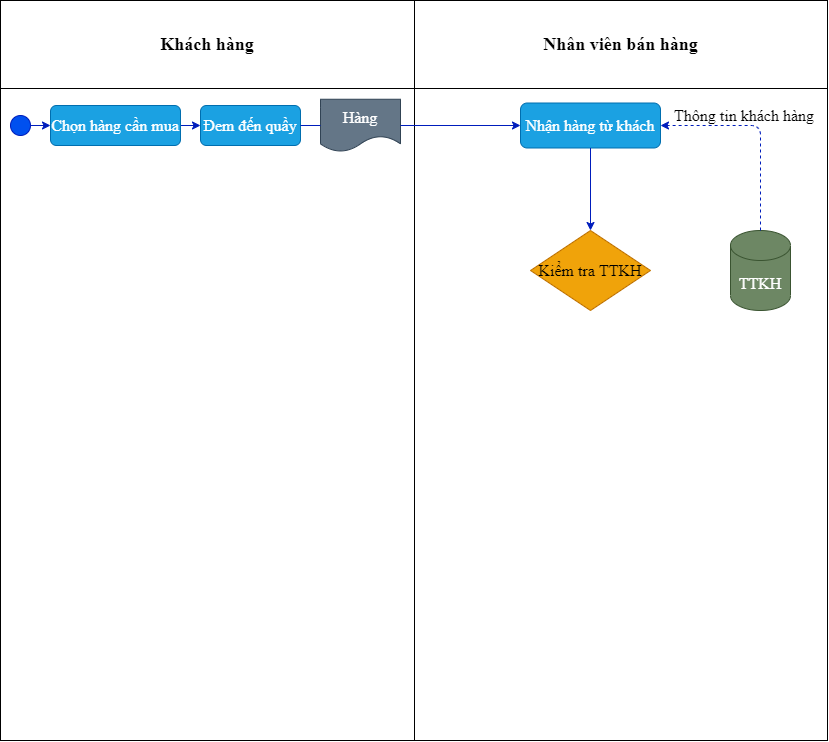
The draw.io diagram banHang.drawio.png in sunny-THS/QlyBanDT, before a commit. Source tidied: cells renumbered, new cells last; positions are measured from the earlier drawing's top-left corner, leaving out a move shared by most shapes.
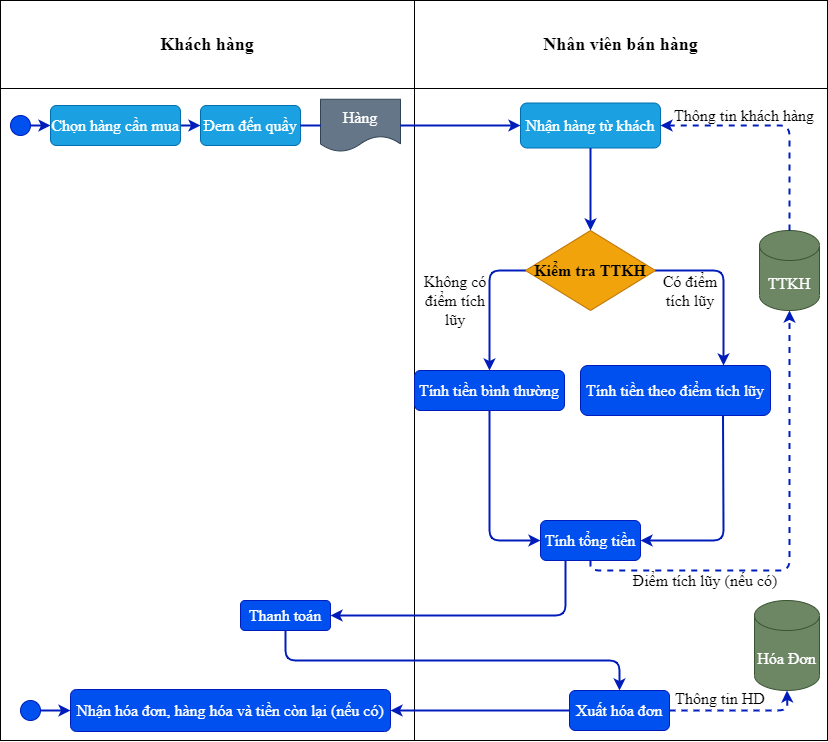
The same file after the commit.

Commit message:
mô hình BPM Bán hàng

Change to the diagram source:
```diff
@@ -26,10 +26,10 @@
     <mxCell id="9" style="ellipse;whiteSpace=wrap;html=1;fontFamily=Times New Roman;fontSize=18;fillColor=#0050ef;strokeColor=#001DBC;fontColor=#ffffff;" parent="1" vertex="1">
       <mxGeometry x="10" y="115" width="20" height="20" as="geometry" />
     </mxCell>
-    <mxCell id="10" style="endArrow=classic;html=1;fontFamily=Times New Roman;fontSize=18;exitX=1;exitY=0.5;exitDx=0;exitDy=0;fillColor=#0050ef;strokeColor=#001DBC;entryX=0;entryY=0.5;entryDx=0;entryDy=0;" parent="1" edge="1" source="9" target="13">
+    <mxCell id="10" style="endArrow=classic;html=1;fontFamily=Times New Roman;fontSize=18;exitX=1;exitY=0.5;exitDx=0;exitDy=0;fillColor=#0050ef;strokeColor=#001DBC;entryX=0;entryY=0.5;entryDx=0;entryDy=0;strokeWidth=2;" parent="1" edge="1" source="9" target="13">
       <mxGeometry relative="1" as="geometry" />
     </mxCell>
-    <mxCell id="11" style="endArrow=classic;html=1;fontFamily=Times New Roman;fontSize=16;exitX=1;exitY=0.5;exitDx=0;exitDy=0;fillColor=#0050ef;strokeColor=#001DBC;entryX=0;entryY=0.5;entryDx=0;entryDy=0;" parent="1" edge="1" target="14">
+    <mxCell id="11" style="endArrow=classic;html=1;fontFamily=Times New Roman;fontSize=16;exitX=1;exitY=0.5;exitDx=0;exitDy=0;fillColor=#0050ef;strokeColor=#001DBC;entryX=0;entryY=0.5;entryDx=0;entryDy=0;strokeWidth=2;" parent="1" edge="1" target="14">
       <mxGeometry relative="1" as="geometry">
         <mxPoint x="180" y="125" as="sourcePoint" />
       </mxGeometry>
@@ -43,33 +43,135 @@
     <mxCell id="14" value="Đem đến quầy" style="rounded=1;whiteSpace=wrap;html=1;fontFamily=Times New Roman;fontSize=16;fillColor=#1ba1e2;strokeColor=#006EAF;fontColor=#ffffff;" parent="1" vertex="1">
       <mxGeometry x="200" y="105" width="100" height="40" as="geometry" />
     </mxCell>
-    <mxCell id="15" style="endArrow=none;html=1;fontFamily=Times New Roman;fontSize=16;entryX=1;entryY=0.5;entryDx=0;entryDy=0;exitX=0;exitY=0.5;exitDx=0;exitDy=0;fillColor=#0050ef;strokeColor=#001DBC;" parent="1" edge="1" source="12" target="14">
+    <mxCell id="15" style="endArrow=none;html=1;fontFamily=Times New Roman;fontSize=16;entryX=1;entryY=0.5;entryDx=0;entryDy=0;exitX=0;exitY=0.5;exitDx=0;exitDy=0;fillColor=#0050ef;strokeColor=#001DBC;strokeWidth=2;" parent="1" edge="1" source="12" target="14">
       <mxGeometry relative="1" as="geometry" />
     </mxCell>
     <mxCell id="16" value="Nhận hàng từ khách" style="rounded=1;whiteSpace=wrap;html=1;fontFamily=Times New Roman;fontSize=16;fillColor=#1ba1e2;strokeColor=#006EAF;fontColor=#ffffff;" parent="1" vertex="1">
       <mxGeometry x="520" y="102.5" width="140" height="45" as="geometry" />
     </mxCell>
-    <mxCell id="17" style="endArrow=classic;html=1;fontFamily=Times New Roman;fontSize=16;fillColor=#0050ef;strokeColor=#001DBC;exitX=1;exitY=0.5;exitDx=0;exitDy=0;entryX=0;entryY=0.5;entryDx=0;entryDy=0;" parent="1" edge="1" source="12" target="16">
+    <mxCell id="17" style="endArrow=classic;html=1;fontFamily=Times New Roman;fontSize=16;fillColor=#0050ef;strokeColor=#001DBC;exitX=1;exitY=0.5;exitDx=0;exitDy=0;entryX=0;entryY=0.5;entryDx=0;entryDy=0;strokeWidth=2;" parent="1" edge="1" source="12" target="16">
       <mxGeometry relative="1" as="geometry" />
     </mxCell>
     <mxCell id="18" value="TTKH" style="shape=cylinder3;whiteSpace=wrap;html=1;boundedLbl=1;backgroundOutline=1;size=15;fontFamily=Times New Roman;fontSize=16;fillColor=#6d8764;strokeColor=#3A5431;fontColor=#ffffff;" parent="1" vertex="1">
-      <mxGeometry x="730" y="230" width="60" height="80" as="geometry" />
+      <mxGeometry x="759" y="230" width="60" height="80" as="geometry" />
     </mxCell>
-    <mxCell id="19" style="endArrow=classic;html=1;fontFamily=Times New Roman;fontSize=16;dashed=1;fillColor=#0050ef;strokeColor=#001DBC;exitX=0.5;exitY=0;exitDx=0;exitDy=0;exitPerimeter=0;entryX=1;entryY=0.5;entryDx=0;entryDy=0;" parent="1" edge="1" source="18" target="16">
+    <mxCell id="19" style="endArrow=classic;html=1;fontFamily=Times New Roman;fontSize=16;dashed=1;fillColor=#0050ef;strokeColor=#001DBC;exitX=0.5;exitY=0;exitDx=0;exitDy=0;exitPerimeter=0;entryX=1;entryY=0.5;entryDx=0;entryDy=0;strokeWidth=2;" parent="1" edge="1" source="18" target="16">
       <mxGeometry relative="1" as="geometry">
         <Array as="points">
-          <mxPoint x="760" y="125" />
+          <mxPoint x="789" y="125" />
         </Array>
       </mxGeometry>
     </mxCell>
     <mxCell id="20" value="Thông tin khách hàng" style="text;html=1;strokeColor=none;fillColor=none;align=center;verticalAlign=middle;whiteSpace=wrap;rounded=0;fontFamily=Times New Roman;fontSize=16;" parent="1" vertex="1">
       <mxGeometry x="669" y="97.8" width="150" height="35" as="geometry" />
     </mxCell>
-    <mxCell id="21" value="Kiểm tra TTKH" style="rhombus;whiteSpace=wrap;html=1;fontFamily=Times New Roman;fontSize=16;fillColor=#f0a30a;strokeColor=#BD7000;fontColor=#000000;" parent="1" vertex="1">
-      <mxGeometry x="530" y="230" width="120" height="80" as="geometry" />
+    <mxCell id="21" value="Kiểm tra TTKH" style="rhombus;whiteSpace=wrap;html=1;fontFamily=Times New Roman;fontSize=16;fillColor=#f0a30a;strokeColor=#BD7000;fontColor=#000000;fontStyle=1;" parent="1" vertex="1">
+      <mxGeometry x="525" y="230" width="130" height="80" as="geometry" />
     </mxCell>
-    <mxCell id="22" style="endArrow=classic;html=1;fontFamily=Times New Roman;fontSize=16;exitX=0.5;exitY=1;exitDx=0;exitDy=0;entryX=0.5;entryY=0;entryDx=0;entryDy=0;fillColor=#0050ef;strokeColor=#001DBC;" parent="1" edge="1" source="16" target="21">
+    <mxCell id="22" style="endArrow=classic;html=1;fontFamily=Times New Roman;fontSize=16;exitX=0.5;exitY=1;exitDx=0;exitDy=0;entryX=0.5;entryY=0;entryDx=0;entryDy=0;fillColor=#0050ef;strokeColor=#001DBC;strokeWidth=2;" parent="1" edge="1" source="16" target="21">
       <mxGeometry relative="1" as="geometry" />
     </mxCell>
+    <mxCell id="23" style="endArrow=classic;html=1;fontFamily=Times New Roman;fontSize=16;strokeWidth=2;exitX=0;exitY=0.5;exitDx=0;exitDy=0;fillColor=#0050ef;strokeColor=#001DBC;" parent="1" edge="1" source="21" target="24">
+      <mxGeometry relative="1" as="geometry">
+        <Array as="points">
+          <mxPoint x="489" y="270" />
+        </Array>
+      </mxGeometry>
+    </mxCell>
+    <mxCell id="24" value="Tính tiền bình thường" style="rounded=1;whiteSpace=wrap;html=1;fontFamily=Times New Roman;fontSize=16;fillColor=#0050ef;strokeColor=#001DBC;fontColor=#ffffff;" parent="1" vertex="1">
+      <mxGeometry x="414" y="370" width="150" height="40" as="geometry" />
+    </mxCell>
+    <mxCell id="25" value="Không có điểm tích lũy" style="text;html=1;strokeColor=none;fillColor=none;align=center;verticalAlign=middle;whiteSpace=wrap;rounded=0;fontFamily=Times New Roman;fontSize=16;" parent="1" vertex="1">
+      <mxGeometry x="420" y="270" width="70" height="60" as="geometry" />
+    </mxCell>
+    <mxCell id="26" value="Tính tiền theo điểm tích lũy" style="rounded=1;whiteSpace=wrap;html=1;fontFamily=Times New Roman;fontSize=16;fillColor=#0050ef;strokeColor=#001DBC;fontColor=#ffffff;" parent="1" vertex="1">
+      <mxGeometry x="580" y="365" width="190" height="50" as="geometry" />
+    </mxCell>
+    <mxCell id="27" style="endArrow=classic;html=1;fontFamily=Times New Roman;fontSize=16;strokeWidth=2;fillColor=#0050ef;strokeColor=#001DBC;exitX=1;exitY=0.5;exitDx=0;exitDy=0;" parent="1" edge="1" source="21">
+      <mxGeometry relative="1" as="geometry">
+        <mxPoint x="723" y="365" as="targetPoint" />
+        <Array as="points">
+          <mxPoint x="723" y="270" />
+        </Array>
+      </mxGeometry>
+    </mxCell>
+    <mxCell id="28" value="Có điểm tích lũy" style="text;html=1;strokeColor=none;fillColor=none;align=center;verticalAlign=middle;whiteSpace=wrap;rounded=0;fontFamily=Times New Roman;fontSize=16;" parent="1" vertex="1">
+      <mxGeometry x="655" y="260" width="70" height="60" as="geometry" />
+    </mxCell>
+    <mxCell id="29" value="Tính tổng tiền" style="rounded=1;whiteSpace=wrap;html=1;fontFamily=Times New Roman;fontSize=16;fillColor=#0050ef;strokeColor=#001DBC;fontColor=#ffffff;" parent="1" vertex="1">
+      <mxGeometry x="540" y="520" width="100" height="40" as="geometry" />
+    </mxCell>
+    <mxCell id="30" style="endArrow=classic;html=1;fontFamily=Times New Roman;fontSize=16;strokeWidth=2;exitX=0.5;exitY=1;exitDx=0;exitDy=0;entryX=0;entryY=0.5;entryDx=0;entryDy=0;fillColor=#0050ef;strokeColor=#001DBC;" parent="1" edge="1" source="24" target="29">
+      <mxGeometry relative="1" as="geometry">
+        <Array as="points">
+          <mxPoint x="489" y="540" />
+        </Array>
+      </mxGeometry>
+    </mxCell>
+    <mxCell id="31" style="endArrow=classic;html=1;fontFamily=Times New Roman;fontSize=16;strokeWidth=2;exitX=0.75;exitY=1;exitDx=0;exitDy=0;entryX=1;entryY=0.5;entryDx=0;entryDy=0;fillColor=#0050ef;strokeColor=#001DBC;" parent="1" edge="1" source="26" target="29">
+      <mxGeometry relative="1" as="geometry">
+        <Array as="points">
+          <mxPoint x="723" y="540" />
+        </Array>
+      </mxGeometry>
+    </mxCell>
+    <mxCell id="32" style="endArrow=classic;html=1;fontFamily=Times New Roman;fontSize=16;strokeWidth=2;exitX=0.5;exitY=1;exitDx=0;exitDy=0;entryX=0.5;entryY=1;entryDx=0;entryDy=0;entryPerimeter=0;dashed=1;fillColor=#0050ef;strokeColor=#001DBC;" parent="1" edge="1" source="29" target="18">
+      <mxGeometry relative="1" as="geometry">
+        <Array as="points">
+          <mxPoint x="590" y="570" />
+          <mxPoint x="789" y="570" />
+        </Array>
+      </mxGeometry>
+    </mxCell>
+    <mxCell id="33" value="Điểm tích lũy (nếu có)" style="text;html=1;strokeColor=none;fillColor=none;align=center;verticalAlign=middle;whiteSpace=wrap;rounded=0;fontFamily=Times New Roman;fontSize=16;" parent="1" vertex="1">
+      <mxGeometry x="630" y="560" width="150" height="40" as="geometry" />
+    </mxCell>
+    <mxCell id="34" style="endArrow=classic;html=1;fontFamily=Times New Roman;fontSize=16;strokeWidth=2;exitX=0.25;exitY=1;exitDx=0;exitDy=0;entryX=1;entryY=0.5;entryDx=0;entryDy=0;fillColor=#0050ef;strokeColor=#001DBC;" parent="1" edge="1" source="29" target="35">
+      <mxGeometry relative="1" as="geometry">
+        <Array as="points">
+          <mxPoint x="565" y="615" />
+        </Array>
+      </mxGeometry>
+    </mxCell>
+    <mxCell id="35" value="Thanh toán" style="rounded=1;whiteSpace=wrap;html=1;fontFamily=Times New Roman;fontSize=16;fillColor=#0050ef;strokeColor=#001DBC;fontColor=#ffffff;" parent="1" vertex="1">
+      <mxGeometry x="240" y="600" width="90" height="30" as="geometry" />
+    </mxCell>
+    <mxCell id="36" value="Hóa Đơn" style="shape=cylinder3;whiteSpace=wrap;html=1;boundedLbl=1;backgroundOutline=1;size=15;fontFamily=Times New Roman;fontSize=16;fillColor=#6d8764;strokeColor=#3A5431;fontColor=#ffffff;" parent="1" vertex="1">
+      <mxGeometry x="754" y="600" width="65" height="90" as="geometry" />
+    </mxCell>
+    <mxCell id="37" value="Xuất hóa đơn" style="rounded=1;whiteSpace=wrap;html=1;fontFamily=Times New Roman;fontSize=16;fillColor=#0050ef;strokeColor=#001DBC;fontColor=#ffffff;" parent="1" vertex="1">
+      <mxGeometry x="569" y="690" width="100" height="40" as="geometry" />
+    </mxCell>
+    <mxCell id="38" style="endArrow=classic;html=1;fontFamily=Times New Roman;fontSize=16;strokeWidth=2;exitX=1;exitY=0.5;exitDx=0;exitDy=0;dashed=1;fillColor=#0050ef;strokeColor=#001DBC;entryX=0.5;entryY=1;entryDx=0;entryDy=0;entryPerimeter=0;" parent="1" edge="1" source="37" target="36">
+      <mxGeometry relative="1" as="geometry">
+        <Array as="points">
+          <mxPoint x="787" y="710" />
+        </Array>
+      </mxGeometry>
+    </mxCell>
+    <mxCell id="39" value="Thông tin HD" style="text;html=1;strokeColor=none;fillColor=none;align=center;verticalAlign=middle;whiteSpace=wrap;rounded=0;fontFamily=Times New Roman;fontSize=16;" parent="1" vertex="1">
+      <mxGeometry x="670" y="683" width="100" height="30" as="geometry" />
+    </mxCell>
+    <mxCell id="40" style="endArrow=classic;html=1;fontFamily=Times New Roman;fontSize=16;strokeWidth=2;exitX=0.5;exitY=1;exitDx=0;exitDy=0;fillColor=#0050ef;strokeColor=#001DBC;" parent="1" edge="1" source="35">
+      <mxGeometry relative="1" as="geometry">
+        <mxPoint x="619" y="690" as="targetPoint" />
+        <Array as="points">
+          <mxPoint x="285" y="660" />
+          <mxPoint x="619" y="660" />
+        </Array>
+      </mxGeometry>
+    </mxCell>
+    <mxCell id="41" value="Nhận hóa đơn, hàng hóa và tiền còn lại (nếu có)" style="rounded=1;whiteSpace=wrap;html=1;fontFamily=Times New Roman;fontSize=16;fillColor=#0050ef;strokeColor=#001DBC;fontColor=#ffffff;" parent="1" vertex="1">
+      <mxGeometry x="70" y="689" width="320" height="42" as="geometry" />
+    </mxCell>
+    <mxCell id="42" style="ellipse;whiteSpace=wrap;html=1;fontFamily=Times New Roman;fontSize=18;fillColor=#0050ef;strokeColor=#001DBC;fontColor=#ffffff;" parent="1" vertex="1">
+      <mxGeometry x="20" y="700" width="20" height="20" as="geometry" />
+    </mxCell>
+    <mxCell id="43" style="endArrow=classic;html=1;fontFamily=Times New Roman;fontSize=18;exitX=1;exitY=0.5;exitDx=0;exitDy=0;fillColor=#0050ef;strokeColor=#001DBC;entryX=0;entryY=0.5;entryDx=0;entryDy=0;strokeWidth=2;" parent="1" edge="1" source="42" target="41">
+      <mxGeometry relative="1" as="geometry" />
+    </mxCell>
+    <mxCell id="44" style="endArrow=classic;html=1;fontFamily=Times New Roman;fontSize=16;strokeWidth=2;exitX=0;exitY=0.5;exitDx=0;exitDy=0;entryX=1;entryY=0.5;entryDx=0;entryDy=0;fillColor=#0050ef;strokeColor=#001DBC;" parent="1" edge="1" source="37" target="41">
+      <mxGeometry relative="1" as="geometry" />
+    </mxCell>
   </root>
 </mxGraphModel>
```
